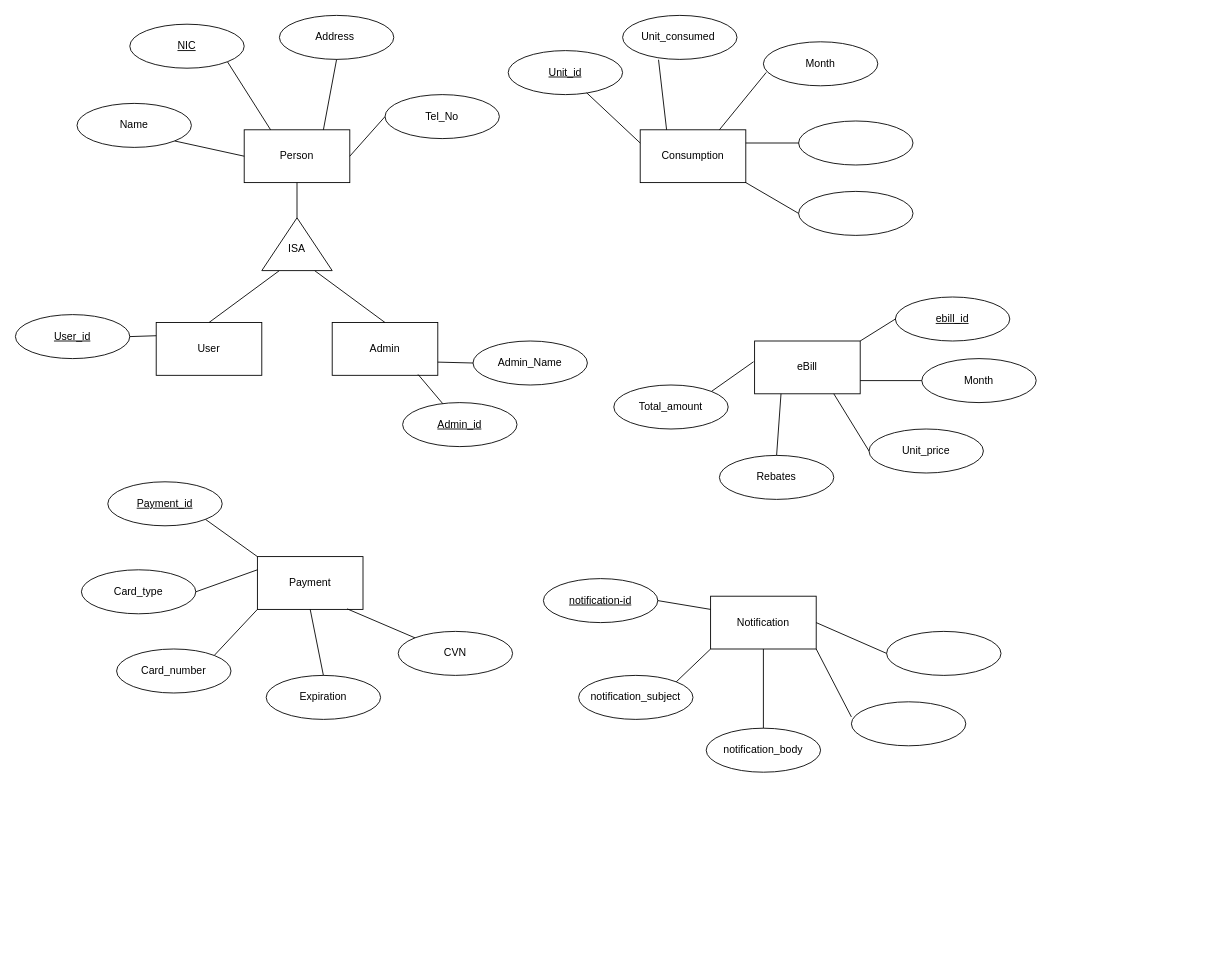
Before: diagrams.drawio in Shan-Joel/Diagrams---ITPM, a draw.io diagram. Source tidied: cells renumbered, new cells numbered last; positions are measured from the earlier drawing's top-left corner, leaving out a move shared by most shapes. Both pictures are drawn from the tidied source at 88%, with x=0, y=0 at pixel (15, 15).
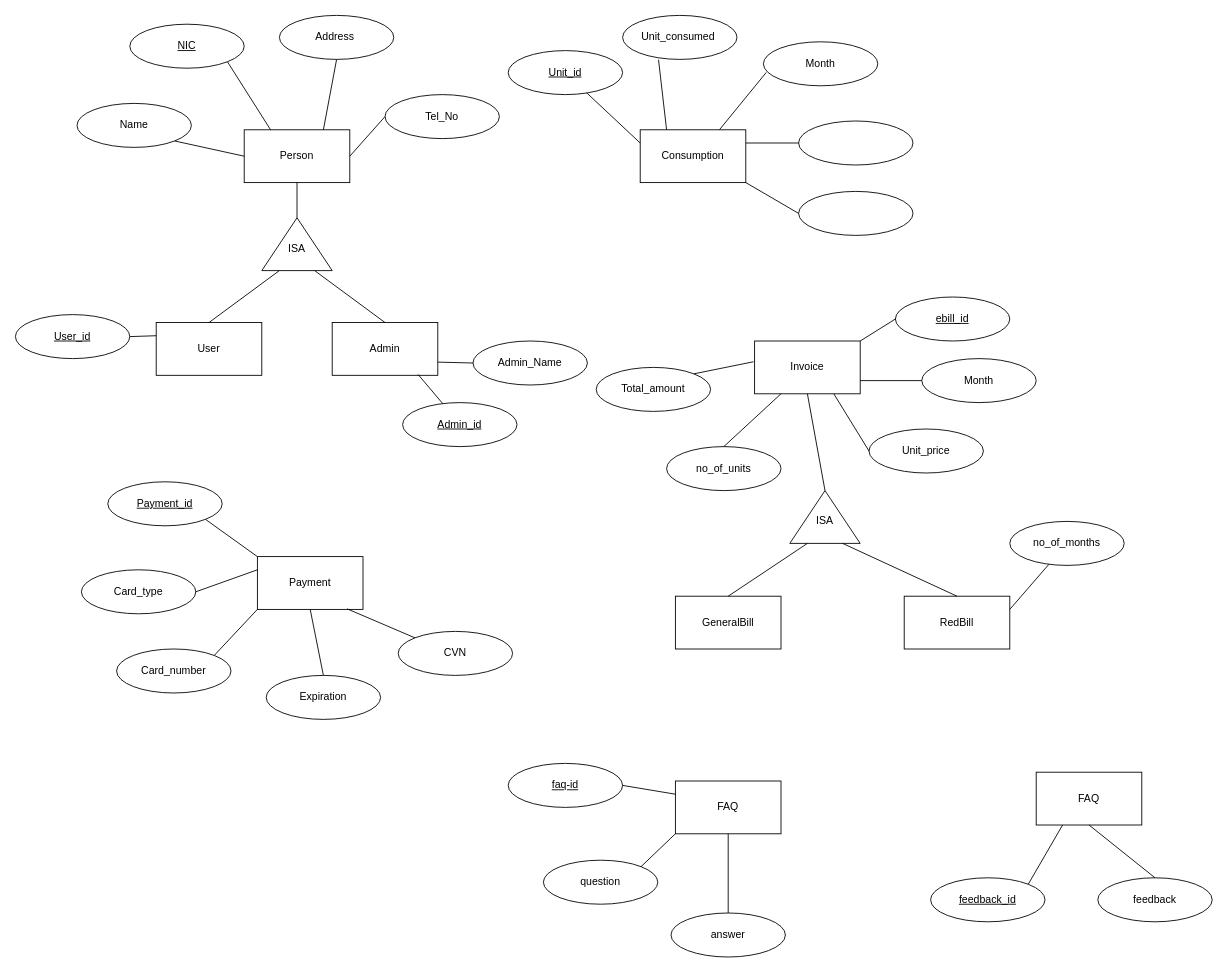
Above is the later version.

Change to the diagram source:
```diff
@@
-    <mxCell id="12" value="eBill" style="rounded=0;whiteSpace=wrap;html=1;" parent="1" vertex="1">
+    <mxCell id="12" value="Invoice" style="rounded=0;whiteSpace=wrap;html=1;" parent="1" vertex="1">
       <mxGeometry x="840" y="370" width="120" height="60" as="geometry" />
     </mxCell>
@@
-    <mxCell id="14" value="Notification" style="rounded=0;whiteSpace=wrap;html=1;" parent="1" vertex="1">
-      <mxGeometry x="790" y="660" width="120" height="60" as="geometry" />
+    <mxCell id="14" value="FAQ" style="rounded=0;whiteSpace=wrap;html=1;" parent="1" vertex="1">
+      <mxGeometry x="750" y="870" width="120" height="60" as="geometry" />
     </mxCell>
@@
-    <mxCell id="16" value="&lt;span&gt;&lt;u&gt;notification-id&lt;/u&gt;&lt;/span&gt;" style="ellipse;whiteSpace=wrap;html=1;" parent="1" vertex="1">
-      <mxGeometry x="600" y="640" width="130" height="50" as="geometry" />
+    <mxCell id="16" value="&lt;span&gt;&lt;u&gt;faq-id&lt;/u&gt;&lt;/span&gt;" style="ellipse;whiteSpace=wrap;html=1;" parent="1" vertex="1">
+      <mxGeometry x="560" y="850" width="130" height="50" as="geometry" />
     </mxCell>
@@
-    <mxCell id="23" value="&lt;span&gt;notification_subject&lt;/span&gt;" style="ellipse;whiteSpace=wrap;html=1;" parent="1" vertex="1">
-      <mxGeometry x="640" y="750" width="130" height="50" as="geometry" />
+    <mxCell id="23" value="&lt;span&gt;question&lt;/span&gt;" style="ellipse;whiteSpace=wrap;html=1;" parent="1" vertex="1">
+      <mxGeometry x="600" y="960" width="130" height="50" as="geometry" />
     </mxCell>
-    <mxCell id="24" value="&lt;span&gt;notification_body&lt;/span&gt;" style="ellipse;whiteSpace=wrap;html=1;" parent="1" vertex="1">
-      <mxGeometry x="785" y="810" width="130" height="50" as="geometry" />
+    <mxCell id="24" value="&lt;span&gt;answer&lt;/span&gt;" style="ellipse;whiteSpace=wrap;html=1;" parent="1" vertex="1">
+      <mxGeometry x="745" y="1020" width="130" height="50" as="geometry" />
     </mxCell>
-    <mxCell id="25" style="ellipse;whiteSpace=wrap;html=1;" parent="1" vertex="1">
-      <mxGeometry x="950" y="780" width="130" height="50" as="geometry" />
-    </mxCell>
-    <mxCell id="26" style="ellipse;whiteSpace=wrap;html=1;" parent="1" vertex="1">
-      <mxGeometry x="990" y="700" width="130" height="50" as="geometry" />
-    </mxCell>
-    <mxCell id="27" value="Rebates" style="ellipse;whiteSpace=wrap;html=1;" parent="1" vertex="1">
-      <mxGeometry x="800" y="500" width="130" height="50" as="geometry" />
+    <mxCell id="27" value="no_of_units" style="ellipse;whiteSpace=wrap;html=1;" parent="1" vertex="1">
+      <mxGeometry x="740" y="490" width="130" height="50" as="geometry" />
     </mxCell>
@@
     <mxCell id="29" value="&lt;span&gt;Total_amount&lt;/span&gt;" style="ellipse;whiteSpace=wrap;html=1;" parent="1" vertex="1">
-      <mxGeometry x="680" y="420" width="130" height="50" as="geometry" />
+      <mxGeometry x="660" y="400" width="130" height="50" as="geometry" />
     </mxCell>
@@
-    <mxCell id="61" style="endArrow=none;html=1;rounded=0;exitX=0;exitY=0.344;exitDx=0;exitDy=0;entryX=1;entryY=1;entryDx=0;entryDy=0;exitPerimeter=0;" parent="1" edge="1" source="25" target="14">
-      <mxGeometry relative="1" as="geometry" />
-    </mxCell>
-    <mxCell id="62" style="endArrow=none;html=1;rounded=0;exitX=0;exitY=0.5;exitDx=0;exitDy=0;entryX=1;entryY=0.5;entryDx=0;entryDy=0;" parent="1" edge="1" source="26" target="14">
-      <mxGeometry relative="1" as="geometry" />
-    </mxCell>
@@
+    <mxCell id="69" style="group;" parent="1" vertex="1">
+      <mxGeometry x="880" y="540" width="80" height="60" as="geometry" />
+    </mxCell>
+    <mxCell id="70" style="triangle;whiteSpace=wrap;html=1;rotation=-90;" parent="69" vertex="1">
+      <mxGeometry x="10" y="-10" width="60" height="80" as="geometry" />
+    </mxCell>
+    <mxCell id="71" value="ISA" style="text;html=1;strokeColor=none;fillColor=none;align=center;verticalAlign=middle;whiteSpace=wrap;rounded=0;" parent="69" vertex="1">
+      <mxGeometry x="10" y="20" width="60" height="30" as="geometry" />
+    </mxCell>
+    <mxCell id="72" value="RedBill" style="rounded=0;whiteSpace=wrap;html=1;" parent="1" vertex="1">
+      <mxGeometry x="1010" y="660" width="120" height="60" as="geometry" />
+    </mxCell>
+    <mxCell id="73" value="GeneralBill" style="rounded=0;whiteSpace=wrap;html=1;" parent="1" vertex="1">
+      <mxGeometry x="750" y="660" width="120" height="60" as="geometry" />
+    </mxCell>
+    <mxCell id="74" style="endArrow=none;html=1;rounded=0;exitX=1;exitY=0.5;exitDx=0;exitDy=0;entryX=0.5;entryY=1;entryDx=0;entryDy=0;" parent="1" edge="1" source="70" target="12">
+      <mxGeometry relative="1" as="geometry" />
+    </mxCell>
+    <mxCell id="75" style="endArrow=none;html=1;rounded=0;exitX=0.5;exitY=0;exitDx=0;exitDy=0;entryX=0;entryY=0.25;entryDx=0;entryDy=0;" parent="1" edge="1" source="73" target="70">
+      <mxGeometry relative="1" as="geometry" />
+    </mxCell>
+    <mxCell id="76" style="endArrow=none;html=1;rounded=0;exitX=0.5;exitY=0;exitDx=0;exitDy=0;entryX=0;entryY=0.75;entryDx=0;entryDy=0;" parent="1" edge="1" source="72" target="70">
+      <mxGeometry relative="1" as="geometry" />
+    </mxCell>
+    <mxCell id="77" value="no_of_months" style="ellipse;whiteSpace=wrap;html=1;" parent="1" vertex="1">
+      <mxGeometry x="1130" y="575" width="130" height="50" as="geometry" />
+    </mxCell>
+    <mxCell id="78" style="endArrow=none;html=1;rounded=0;entryX=1;entryY=0.25;entryDx=0;entryDy=0;" parent="1" edge="1" source="77" target="72">
+      <mxGeometry relative="1" as="geometry" />
+    </mxCell>
+    <mxCell id="79" value="FAQ" style="rounded=0;whiteSpace=wrap;html=1;" parent="1" vertex="1">
+      <mxGeometry x="1160" y="860" width="120" height="60" as="geometry" />
+    </mxCell>
+    <mxCell id="80" value="&lt;u&gt;feedback_id&lt;/u&gt;" style="ellipse;whiteSpace=wrap;html=1;" parent="1" vertex="1">
+      <mxGeometry x="1040" y="980" width="130" height="50" as="geometry" />
+    </mxCell>
+    <mxCell id="81" value="&lt;span&gt;feedback&lt;/span&gt;" style="ellipse;whiteSpace=wrap;html=1;" parent="1" vertex="1">
+      <mxGeometry x="1230" y="980" width="130" height="50" as="geometry" />
+    </mxCell>
+    <mxCell id="82" style="endArrow=none;html=1;rounded=0;exitX=1;exitY=0;exitDx=0;exitDy=0;entryX=0.25;entryY=1;entryDx=0;entryDy=0;" parent="1" edge="1" source="80" target="79">
+      <mxGeometry relative="1" as="geometry" />
+    </mxCell>
+    <mxCell id="83" style="endArrow=none;html=1;rounded=0;exitX=0.5;exitY=0;exitDx=0;exitDy=0;entryX=0.5;entryY=1;entryDx=0;entryDy=0;" parent="1" edge="1" source="81" target="79">
+      <mxGeometry relative="1" as="geometry" />
+    </mxCell>
```
